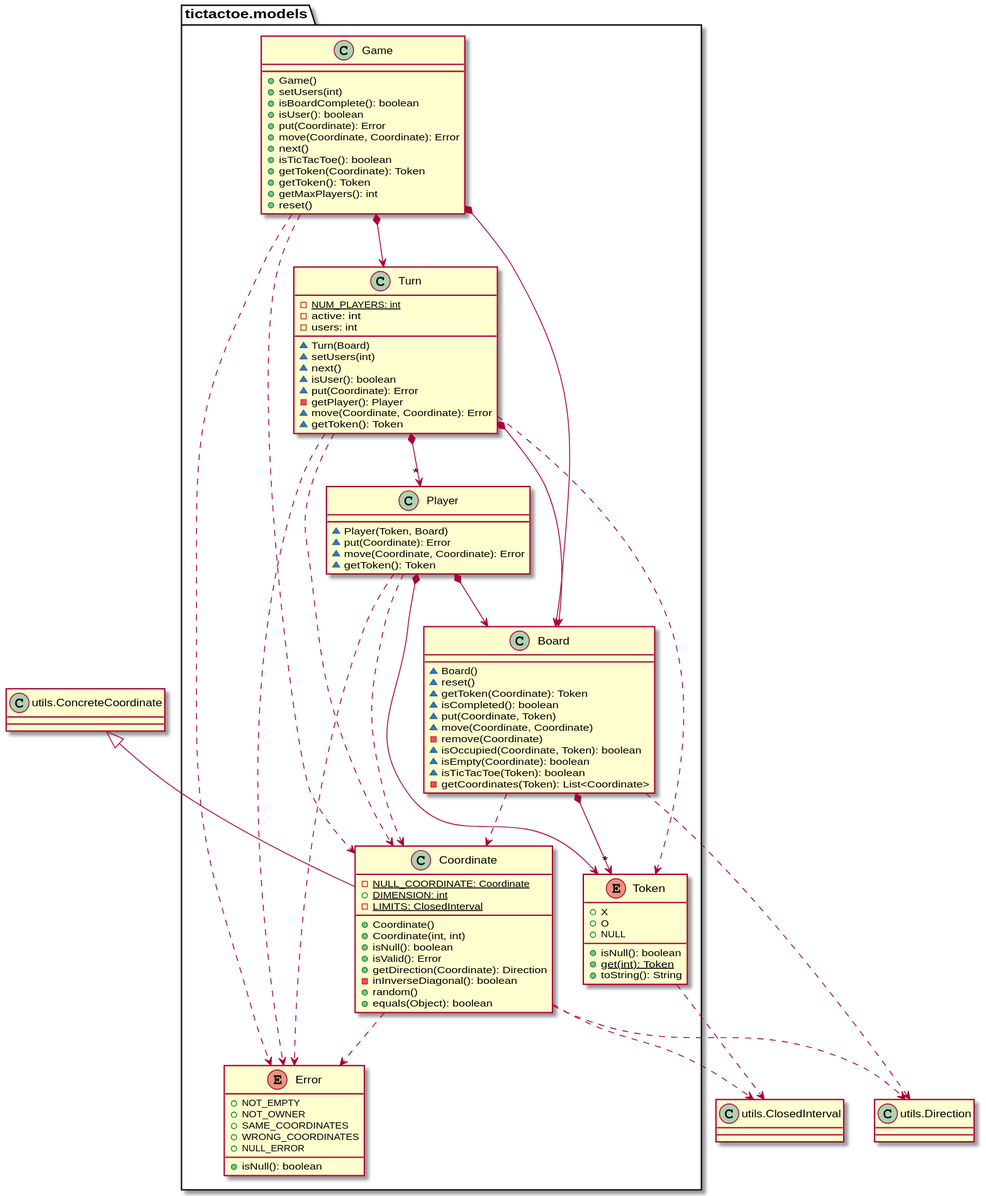
Jolucaa/USantaTecla-project-ticTacToe keeps this PlantUML diagram as documentView/console/docs/diagrams/out/paquetes/tictactoe.models.svg. Above is the earlier version.
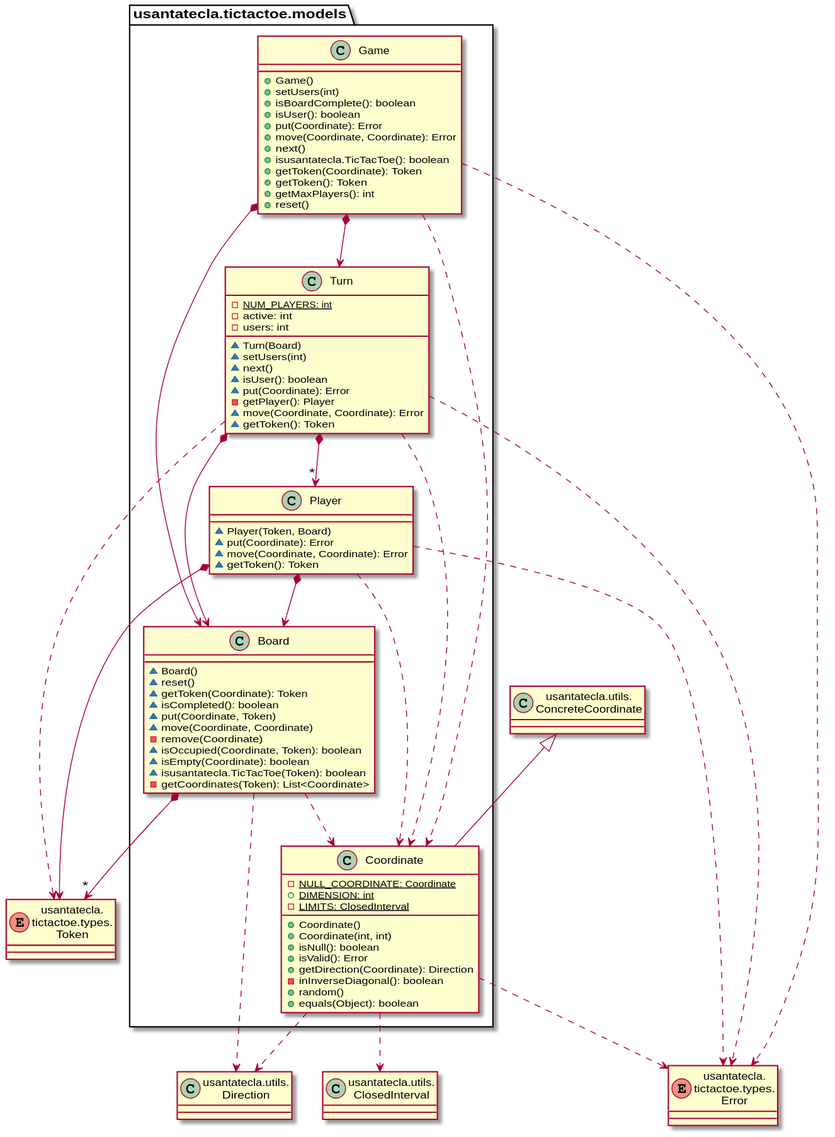
The same diagram one commit later.

The edit, as a diff of the source:
```diff
@@ -1,110 +1,92 @@
 @startuml
-class Direction as "utils.Direction"{}
-class ConcreteCoordinate as "utils.ConcreteCoordinate"{}
-class ClosedInterval as "utils.ClosedInterval"{}
+enum Error as "usantatecla.\ntictactoe.types.\nError"
+enum Token as "usantatecla.\ntictactoe.types.\nToken"
+class Direction as "usantatecla.utils.\nDirection"
+class ConcreteCoordinate as "usantatecla.utils.\nConcreteCoordinate"
+class ClosedInterval as "usantatecla.utils.\nClosedInterval"
 
-class  tictactoe.models.Board{
-~ Board()
-~ reset()
-~ getToken(Coordinate): Token
-~ isCompleted(): boolean
-~ put(Coordinate, Token)
-~ move(Coordinate, Coordinate)
-- remove(Coordinate)
-~ isOccupied(Coordinate, Token): boolean
-~ isEmpty(Coordinate): boolean
-~ isTicTacToe(Token): boolean
-- getCoordinates(Token): List<Coordinate>
+class  usantatecla.tictactoe.models.Board{
+  ~ Board()
+  ~ reset()
+  ~ getToken(Coordinate): Token
+  ~ isCompleted(): boolean
+  ~ put(Coordinate, Token)
+  ~ move(Coordinate, Coordinate)
+  - remove(Coordinate)
+  ~ isOccupied(Coordinate, Token): boolean
+  ~ isEmpty(Coordinate): boolean
+  ~ isusantatecla.TicTacToe(Token): boolean
+  - getCoordinates(Token): List<Coordinate>
 }
-tictactoe.models.Board ..> tictactoe.models.Coordinate
-tictactoe.models.Board *-down-> "*" tictactoe.models.Token
-tictactoe.models.Board ..> Direction
+usantatecla.tictactoe.models.Board *-down-> "*" Token
+usantatecla.tictactoe.models.Board .down.> usantatecla.tictactoe.models.Coordinate
+usantatecla.tictactoe.models.Board .down.> Direction
 
-class  tictactoe.models.Coordinate{
-- {static} NULL_COORDINATE: Coordinate
-+ {static} DIMENSION: int
-- {static} LIMITS: ClosedInterval
-+ Coordinate()
-+ Coordinate(int, int)
-+ isNull(): boolean
-+ isValid(): Error
-+ getDirection(Coordinate): Direction
-- inInverseDiagonal(): boolean
-+ random()
-+ equals(Object): boolean
+class  usantatecla.tictactoe.models.Coordinate{
+  - {static} NULL_COORDINATE: Coordinate
+  + {static} DIMENSION: int
+  - {static} LIMITS: ClosedInterval
+  + Coordinate()
+  + Coordinate(int, int)
+  + isNull(): boolean
+  + isValid(): Error
+  + getDirection(Coordinate): Direction
+  - inInverseDiagonal(): boolean
+  + random()
+  + equals(Object): boolean
 }
-ConcreteCoordinate <|-down- tictactoe.models.Coordinate
-tictactoe.models.Coordinate ..> tictactoe.models.Error
-tictactoe.models.Coordinate ..> Direction
-tictactoe.models.Coordinate ..> ClosedInterval
+ConcreteCoordinate <|-down- usantatecla.tictactoe.models.Coordinate
+usantatecla.tictactoe.models.Coordinate .down.> Error
+usantatecla.tictactoe.models.Coordinate .down.> Direction
+usantatecla.tictactoe.models.Coordinate .down.> ClosedInterval
 
-enum  tictactoe.models.Error{
-+ NOT_EMPTY
-+ NOT_OWNER
-+ SAME_COORDINATES
-+ WRONG_COORDINATES
-+ NULL_ERROR
-+ isNull(): boolean
+class  usantatecla.tictactoe.models.Game{
+  + Game()
+  + setUsers(int)
+  + isBoardComplete(): boolean
+  + isUser(): boolean
+  + put(Coordinate): Error
+  + move(Coordinate, Coordinate): Error
+  + next()
+  + isusantatecla.TicTacToe(): boolean
+  + getToken(Coordinate): Token
+  + getToken(): Token
+  + getMaxPlayers(): int
+  + reset()
+}
+usantatecla.tictactoe.models.Game *-down-> usantatecla.tictactoe.models.Board
+usantatecla.tictactoe.models.Game *-down-> usantatecla.tictactoe.models.Turn
+usantatecla.tictactoe.models.Game .down.> usantatecla.tictactoe.models.Coordinate
+usantatecla.tictactoe.models.Game .down.> Error
+
+class  usantatecla.tictactoe.models.Player{
+  ~ Player(Token, Board)
+  ~ put(Coordinate): Error
+  ~ move(Coordinate, Coordinate): Error
+  ~ getToken(): Token
+}
+usantatecla.tictactoe.models.Player *-down-> usantatecla.tictactoe.models.Board
+usantatecla.tictactoe.models.Player *-down-> Token
+usantatecla.tictactoe.models.Player .down.> usantatecla.tictactoe.models.Coordinate
+usantatecla.tictactoe.models.Player .down.> Error
+
+class  usantatecla.tictactoe.models.Turn{
+  - {static} NUM_PLAYERS: int
+  - active: int
+  - users: int
+  ~ Turn(Board)
+  ~ setUsers(int)
+  ~ next()
+  ~ isUser(): boolean
+  ~ put(Coordinate): Error
+  - getPlayer(): Player
+  ~ move(Coordinate, Coordinate): Error
+  ~ getToken(): Token
 }
 
-class  tictactoe.models.Game{
-+ Game()
-+ setUsers(int)
-+ isBoardComplete(): boolean
-+ isUser(): boolean
-+ put(Coordinate): Error
-+ move(Coordinate, Coordinate): Error
-+ next()
-+ isTicTacToe(): boolean
-+ getToken(Coordinate): Token
-+ getToken(): Token
-+ getMaxPlayers(): int
-+ reset()
-}
-tictactoe.models.Game *-down-> tictactoe.models.Board
-tictactoe.models.Game *-down-> tictactoe.models.Turn
-tictactoe.models.Game ..> tictactoe.models.Coordinate
-tictactoe.models.Game ..> tictactoe.models.Error
-
-class  tictactoe.models.Player{
-~ Player(Token, Board)
-~ put(Coordinate): Error
-~ move(Coordinate, Coordinate): Error
-~ getToken(): Token
-}
-tictactoe.models.Player *-down-> tictactoe.models.Token
-tictactoe.models.Player *-down-> tictactoe.models.Board
-tictactoe.models.Player ..> tictactoe.models.Coordinate
-tictactoe.models.Player ..> tictactoe.models.Error
-
-enum  tictactoe.models.Token{
-+ X
-+ O
-+ NULL
-+ isNull(): boolean
-+ {static} get(int): Token
-+ toString(): String
-}
-
-tictactoe.models.Token ..> ClosedInterval
-
-class  tictactoe.models.Turn{
-- {static} NUM_PLAYERS: int
-- active: int
-- users: int
-~ Turn(Board)
-~ setUsers(int)
-~ next()
-~ isUser(): boolean
-~ put(Coordinate): Error
-- getPlayer(): Player
-~ move(Coordinate, Coordinate): Error
-~ getToken(): Token
-}
-
-tictactoe.models.Turn *-down-> "*" tictactoe.models.Player
-tictactoe.models.Turn *-down-> tictactoe.models.Board
-tictactoe.models.Turn ..down-> tictactoe.models.Token
-tictactoe.models.Turn ..down-> tictactoe.models.Coordinate
-tictactoe.models.Turn ..down-> tictactoe.models.Error
+usantatecla.tictactoe.models.Turn *-down-> "*" usantatecla.tictactoe.models.Player
+usantatecla.tictactoe.models.Turn *-down-> usantatecla.tictactoe.models.Board
+usantatecla.tictactoe.models.Turn .down.> usantatecla.tictactoe.models.Coordinate
+usantatecla.tictactoe.models.Turn .down.> Token
+usantatecla.tictactoe.models.Turn .down.> Error
 @enduml
```
